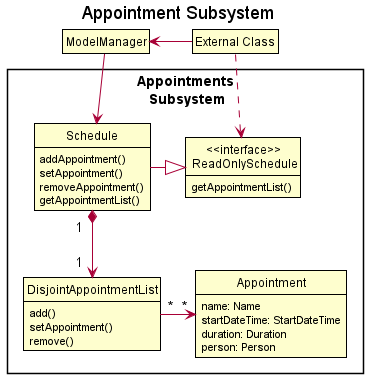
nus-cs2103-AY2122S2/tp keeps this PlantUML diagram as docs/images/AppointmentModelClassDiagram.png. Above is the earlier version.
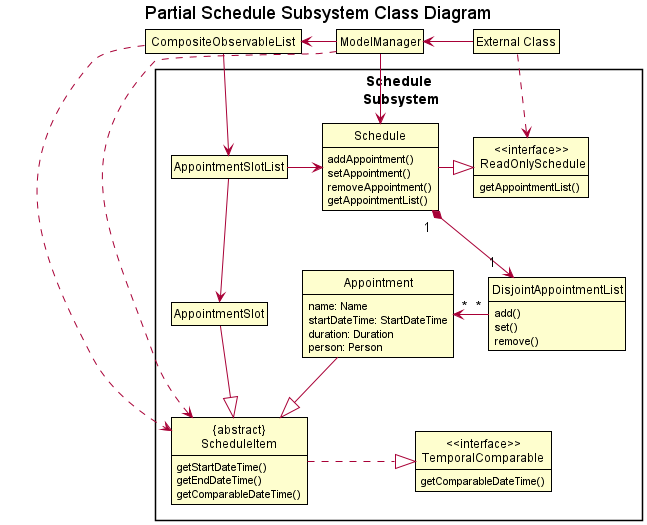
After the change.

What changed in the source:
```diff
@@ -1,14 +1,14 @@
 @startuml
-!include style.puml
+!include ../style.puml
 show members
 hide empty methods
 hide empty fields
 skinparam ClassFontColor #000000
 skinparam ClassBorderColor #000000
 
-title Appointment Subsystem
+title Partial Schedule Subsystem Class Diagram
 
-package "Appointments\n Subsystem" {
+package "Schedule\n Subsystem" {
     class Appointment {
         name: Name
         startDateTime: StartDateTime
@@ -18,7 +18,7 @@
 
     class DisjointAppointmentList {
         add()
-        setAppointment()
+        set()
         remove()
     }
 
@@ -32,15 +32,47 @@
     class "<<interface>>\n ReadOnlySchedule" as ReadOnlySchedule {
         getAppointmentList()
     }
+
+    class AppointmentSlotList {
+
+    }
+
+    class AppointmentSlot {
+
+    }
+
+    class "{abstract}\n ScheduleItem " as ScheduleItem {
+        getStartDateTime()
+        getEndDateTime()
+        getComparableDateTime()
+    }
+
+    class "<<interface>>\n TemporalComparable " as TemporalComparable {
+        getComparableDateTime()
+    }
 }
 
 class ModelManager
+class " CompositeObservableList " as CompositeObservableList
 class "External Class" as External
+
+AppointmentSlot -[hidden]right- Appointment
+DisjointAppointmentList -[hidden]down- TemporalComparable
 
 Schedule "1  "*-down->"1  " DisjointAppointmentList
 Schedule -right-|> ReadOnlySchedule
-DisjointAppointmentList "*"-right->"*" Appointment
+DisjointAppointmentList "*"--left->"*" Appointment
 ModelManager -down-> Schedule
+ModelManager -left-> CompositeObservableList
+CompositeObservableList -down-> AppointmentSlotList
+AppointmentSlotList --> AppointmentSlot
+AppointmentSlotList -right-> Schedule
+AppointmentSlot -down-|> ScheduleItem
+Appointment -down-|> ScheduleItem
+ScheduleItem .right.|> TemporalComparable
+
+CompositeObservableList ...> ScheduleItem
+ModelManager ...> ScheduleItem
 External -left-> ModelManager
 External ..> ReadOnlySchedule
 
```
